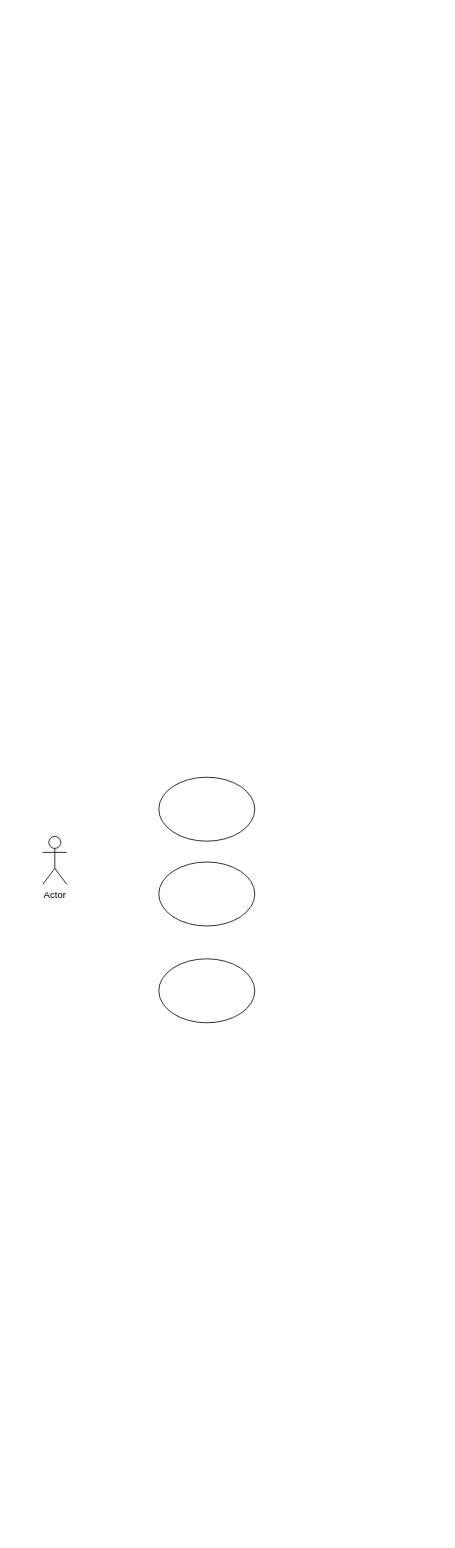
This is Mech.drawio from HarithaSe/Misc, a draw.io file, before an edit. Source tidied: cells renumbered, new cells numbered last; positions are measured from the earlier drawing's top-left corner, leaving out a move shared by most shapes. Both pictures are drawn from the tidied source at 80%, with x=0, y=0 at pixel (42, 777).
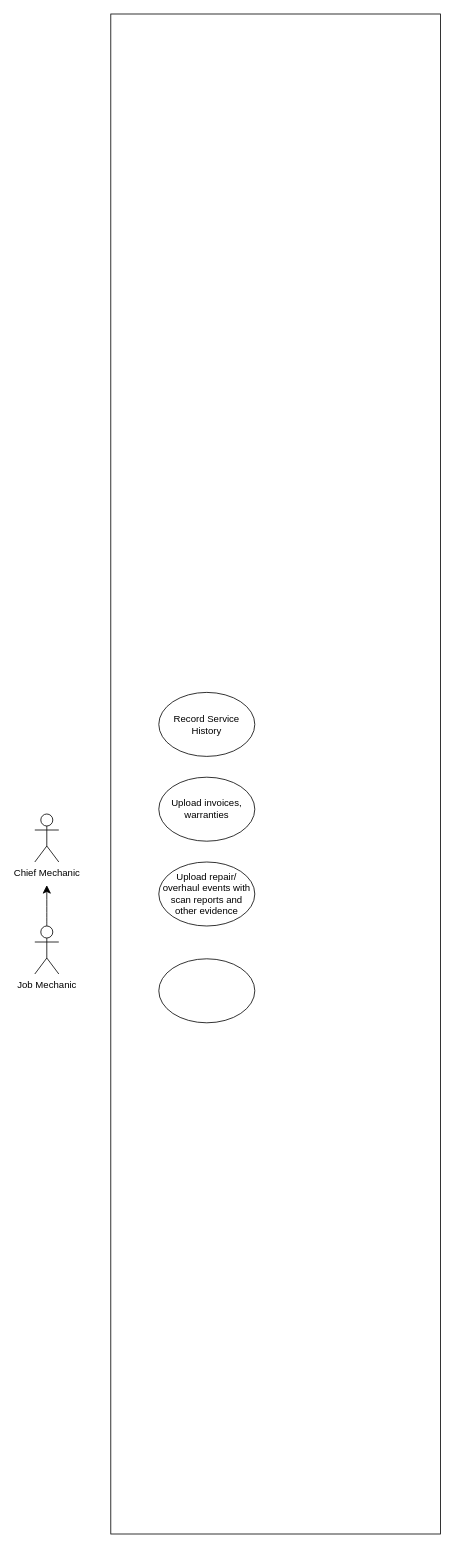
Above is the later version.

Change to the diagram source:
```diff
@@
 <mxGraphModel>
   <root>
     <mxCell id="0" />
     <mxCell id="1" parent="0" />
+    <mxCell id="6" style="rounded=0;whiteSpace=wrap;html=1;direction=west;" parent="1" vertex="1">
+      <mxGeometry x="85" y="-954" width="412" height="1900" as="geometry" />
+    </mxCell>
-    <mxCell id="2" value="Actor" style="shape=umlActor;verticalLabelPosition=bottom;verticalAlign=top;html=1;" parent="1" vertex="1">
-      <mxGeometry y="74" width="30" height="60" as="geometry" />
+    <mxCell id="2" value="Chief Mechanic" style="shape=umlActor;verticalLabelPosition=bottom;verticalAlign=top;html=1;" parent="1" vertex="1">
+      <mxGeometry x="-10" y="46" width="30" height="60" as="geometry" />
     </mxCell>
-    <mxCell id="3" style="ellipse;whiteSpace=wrap;html=1;" parent="1" vertex="1">
+    <mxCell id="3" value="Upload invoices, warranties" style="ellipse;whiteSpace=wrap;html=1;" parent="1" vertex="1">
       <mxGeometry x="145" width="120" height="80" as="geometry" />
     </mxCell>
-    <mxCell id="4" style="ellipse;whiteSpace=wrap;html=1;" parent="1" vertex="1">
+    <mxCell id="4" value="Upload&lt;span style=&quot;background-color: transparent; color: light-dark(rgb(0, 0, 0), rgb(255, 255, 255));&quot;&gt;&amp;nbsp;repair/&lt;/span&gt;&lt;div&gt;&lt;span style=&quot;background-color: transparent; color: light-dark(rgb(0, 0, 0), rgb(255, 255, 255));&quot;&gt;overhaul events with scan reports and other evidence&lt;/span&gt;&lt;/div&gt;" style="ellipse;whiteSpace=wrap;html=1;" parent="1" vertex="1">
       <mxGeometry x="145" y="106" width="120" height="80" as="geometry" />
     </mxCell>
     <mxCell id="5" style="ellipse;whiteSpace=wrap;html=1;" parent="1" vertex="1">
       <mxGeometry x="145" y="227" width="120" height="80" as="geometry" />
     </mxCell>
+    <mxCell id="7" value="Record Service History" style="ellipse;whiteSpace=wrap;html=1;" parent="1" vertex="1">
+      <mxGeometry x="145" y="-106" width="120" height="80" as="geometry" />
+    </mxCell>
+    <mxCell id="8" style="edgeStyle=none;curved=1;rounded=0;jettySize=auto;html=1;fontSize=12;startSize=8;endSize=8;" parent="1" edge="1" source="9">
+      <mxGeometry relative="1" as="geometry">
+        <mxPoint x="5" y="134.9" as="targetPoint" />
+      </mxGeometry>
+    </mxCell>
+    <mxCell id="9" value="Job Mechanic" style="shape=umlActor;verticalLabelPosition=bottom;verticalAlign=top;html=1;outlineConnect=0;" parent="1" vertex="1">
+      <mxGeometry x="-10" y="186" width="30" height="60" as="geometry" />
+    </mxCell>
   </root>
 </mxGraphModel>
```
